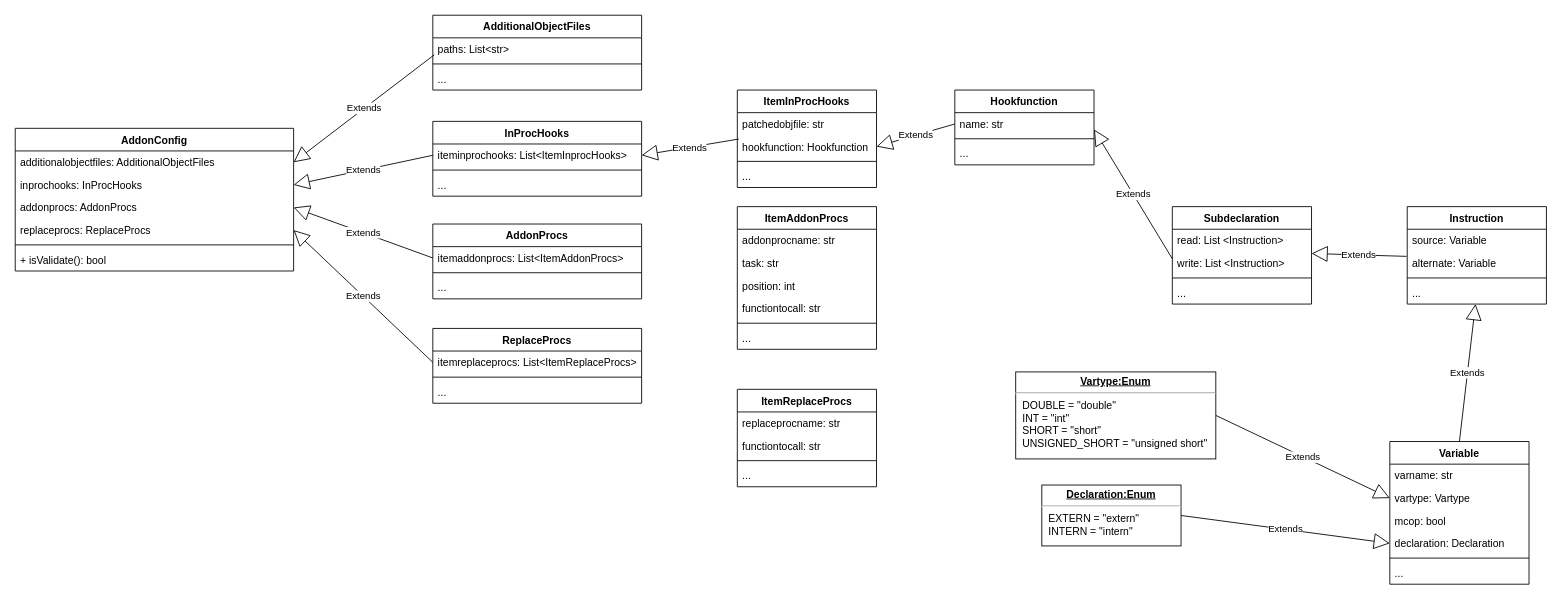
Above: Untitled Diagram.drawio in huytran19/HuyTran119 (draw.io), before the change. Source tidied: cells renumbered, new cells numbered last; positions are measured from the earlier drawing's top-left corner, leaving out a move shared by most shapes. Both pictures are drawn from the tidied source at 87%, with x=0, y=0 at pixel (15, 15).
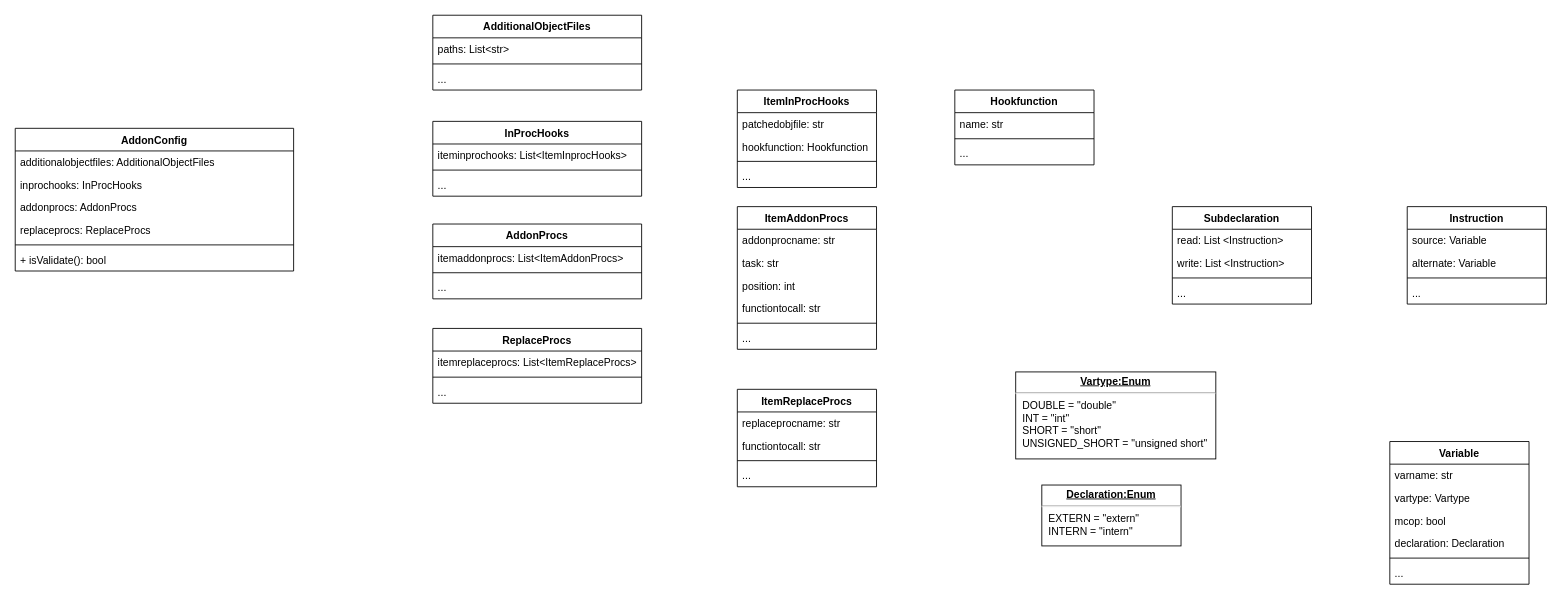
The same page after the edit.

Unchanged cells that the change refers to:
```xml
<mxCell id="3" value="additionalobjectfiles: AdditionalObjectFiles " style="text;strokeColor=none;fillColor=none;align=left;verticalAlign=top;spacingLeft=4;spacingRight=4;overflow=hidden;points=[[0,0.5],[1,0.5]];portConstraint=eastwest;" parent="2" vertex="1">
  <mxGeometry y="26" width="320" height="26" as="geometry" />
</mxCell>
<mxCell id="4" value="inprochooks: InProcHooks" style="text;strokeColor=none;fillColor=none;align=left;verticalAlign=top;spacingLeft=4;spacingRight=4;overflow=hidden;points=[[0,0.5],[1,0.5]];portConstraint=eastwest;" parent="2" vertex="1">
  <mxGeometry y="52" width="320" height="26" as="geometry" />
</mxCell>
<mxCell id="5" value="addonprocs: AddonProcs" style="text;strokeColor=none;fillColor=none;align=left;verticalAlign=top;spacingLeft=4;spacingRight=4;overflow=hidden;points=[[0,0.5],[1,0.5]];portConstraint=eastwest;" parent="2" vertex="1">
  <mxGeometry y="78" width="320" height="26" as="geometry" />
</mxCell>
<mxCell id="6" value="replaceprocs: ReplaceProcs" style="text;strokeColor=none;fillColor=none;align=left;verticalAlign=top;spacingLeft=4;spacingRight=4;overflow=hidden;points=[[0,0.5],[1,0.5]];portConstraint=eastwest;" parent="2" vertex="1">
  <mxGeometry y="104" width="320" height="26" as="geometry" />
</mxCell>
<mxCell id="9" value="Variable" style="swimlane;fontStyle=1;align=center;verticalAlign=top;horizontal=1;startSize=26;" parent="1" vertex="1">
  <mxGeometry x="1580" y="490" width="160" height="164" as="geometry" />
</mxCell>
<mxCell id="11" value="vartype: Vartype" style="text;strokeColor=none;fillColor=none;align=left;verticalAlign=top;spacingLeft=4;spacingRight=4;overflow=hidden;points=[[0,0.5],[1,0.5]];portConstraint=eastwest;" parent="9" vertex="1">
  <mxGeometry y="52" width="160" height="26" as="geometry" />
</mxCell>
<mxCell id="13" value="declaration: Declaration" style="text;strokeColor=none;fillColor=none;align=left;verticalAlign=top;spacingLeft=4;spacingRight=4;overflow=hidden;points=[[0,0.5],[1,0.5]];portConstraint=eastwest;" parent="9" vertex="1">
  <mxGeometry y="104" width="160" height="26" as="geometry" />
</mxCell>
<mxCell id="18" value="alternate: Variable" style="text;strokeColor=none;fillColor=none;align=left;verticalAlign=top;spacingLeft=4;spacingRight=4;overflow=hidden;points=[[0,0.5],[1,0.5]];portConstraint=eastwest;" parent="16" vertex="1">
  <mxGeometry y="52" width="160" height="26" as="geometry" />
</mxCell>
<mxCell id="20" value="..." style="text;strokeColor=none;fillColor=none;align=left;verticalAlign=top;spacingLeft=4;spacingRight=4;overflow=hidden;points=[[0,0.5],[1,0.5]];portConstraint=eastwest;" parent="16" vertex="1">
  <mxGeometry y="86" width="160" height="26" as="geometry" />
</mxCell>
<mxCell id="22" value="read: List &lt;Instruction&gt;" style="text;strokeColor=none;fillColor=none;align=left;verticalAlign=top;spacingLeft=4;spacingRight=4;overflow=hidden;points=[[0,0.5],[1,0.5]];portConstraint=eastwest;" parent="21" vertex="1">
  <mxGeometry y="26" width="160" height="26" as="geometry" />
</mxCell>
<mxCell id="27" value="name: str" style="text;strokeColor=none;fillColor=none;align=left;verticalAlign=top;spacingLeft=4;spacingRight=4;overflow=hidden;points=[[0,0.5],[1,0.5]];portConstraint=eastwest;" parent="26" vertex="1">
  <mxGeometry y="26" width="160" height="26" as="geometry" />
</mxCell>
<mxCell id="32" value="hookfunction: Hookfunction" style="text;strokeColor=none;fillColor=none;align=left;verticalAlign=top;spacingLeft=4;spacingRight=4;overflow=hidden;points=[[0,0.5],[1,0.5]];portConstraint=eastwest;" parent="30" vertex="1">
  <mxGeometry y="52" width="160" height="26" as="geometry" />
</mxCell>
<mxCell id="36" value="iteminprochooks: List&lt;ItemInprocHooks&gt;" style="text;strokeColor=none;fillColor=none;align=left;verticalAlign=top;spacingLeft=4;spacingRight=4;overflow=hidden;points=[[0,0.5],[1,0.5]];portConstraint=eastwest;" parent="35" vertex="1">
  <mxGeometry y="26" width="240" height="26" as="geometry" />
</mxCell>
<mxCell id="40" value="paths: List&lt;str&gt;" style="text;strokeColor=none;fillColor=none;align=left;verticalAlign=top;spacingLeft=4;spacingRight=4;overflow=hidden;points=[[0,0.5],[1,0.5]];portConstraint=eastwest;" parent="39" vertex="1">
  <mxGeometry y="26" width="240" height="26" as="geometry" />
</mxCell>
<mxCell id="44" value="itemaddonprocs: List&lt;ItemAddonProcs&gt;" style="text;strokeColor=none;fillColor=none;align=left;verticalAlign=top;spacingLeft=4;spacingRight=4;overflow=hidden;points=[[0,0.5],[1,0.5]];portConstraint=eastwest;" parent="43" vertex="1">
  <mxGeometry y="26" width="240" height="26" as="geometry" />
</mxCell>
<mxCell id="55" value="itemreplaceprocs: List&lt;ItemReplaceProcs&gt;" style="text;strokeColor=none;fillColor=none;align=left;verticalAlign=top;spacingLeft=4;spacingRight=4;overflow=hidden;points=[[0,0.5],[1,0.5]];portConstraint=eastwest;" parent="54" vertex="1">
  <mxGeometry y="26" width="240" height="26" as="geometry" />
</mxCell>
<mxCell id="72" value="&lt;p style=&quot;margin: 0px ; margin-top: 4px ; text-align: center ; text-decoration: underline&quot;&gt;&lt;b&gt;Declaration:Enum&lt;/b&gt;&lt;/p&gt;&lt;hr&gt;&lt;p style=&quot;margin: 0px ; margin-left: 8px&quot;&gt;EXTERN = &quot;extern&quot;&lt;/p&gt;&lt;p style=&quot;margin: 0px ; margin-left: 8px&quot;&gt;INTERN = &quot;intern&quot;&lt;/p&gt;" style="verticalAlign=top;align=left;overflow=fill;fontSize=12;fontFamily=Helvetica;html=1;" parent="1" vertex="1">
  <mxGeometry x="1180" y="540" width="160" height="70" as="geometry" />
</mxCell>
<mxCell id="73" value="&lt;p style=&quot;margin: 0px ; margin-top: 4px ; text-align: center ; text-decoration: underline&quot;&gt;&lt;b&gt;Vartype:Enum&lt;/b&gt;&lt;/p&gt;&lt;hr&gt;&lt;p style=&quot;margin: 0px ; margin-left: 8px&quot;&gt;DOUBLE = &quot;double&quot;&lt;/p&gt;&lt;p style=&quot;margin: 0px ; margin-left: 8px&quot;&gt;INT = &quot;int&quot;&lt;/p&gt;&lt;p style=&quot;margin: 0px ; margin-left: 8px&quot;&gt;SHORT = &quot;short&quot;&lt;/p&gt;&lt;p style=&quot;margin: 0px ; margin-left: 8px&quot;&gt;UNSIGNED_SHORT = &quot;unsigned short&quot;&lt;/p&gt;" style="verticalAlign=top;align=left;overflow=fill;fontSize=12;fontFamily=Helvetica;html=1;" parent="1" vertex="1">
  <mxGeometry x="1150" y="410" width="230" height="100" as="geometry" />
</mxCell>
```

The edit, as a diff of the source:
```diff
@@
-    <mxCell id="63" value="Extends" style="endArrow=block;endSize=16;endFill=0;html=1;entryX=1;entryY=0.5;entryDx=0;entryDy=0;exitX=0.007;exitY=0.75;exitDx=0;exitDy=0;exitPerimeter=0;" parent="1" edge="1" source="40" target="3">
-      <mxGeometry relative="1" as="geometry" />
-    </mxCell>
-    <mxCell id="64" value="Extends" style="endArrow=block;endSize=16;endFill=0;html=1;entryX=1;entryY=0.5;entryDx=0;entryDy=0;exitX=0;exitY=0.5;exitDx=0;exitDy=0;" parent="1" edge="1" source="36" target="4">
-      <mxGeometry relative="1" as="geometry" />
-    </mxCell>
-    <mxCell id="65" value="Extends" style="endArrow=block;endSize=16;endFill=0;html=1;entryX=1;entryY=0.5;entryDx=0;entryDy=0;exitX=0;exitY=0.5;exitDx=0;exitDy=0;" parent="1" edge="1" source="44" target="5">
-      <mxGeometry relative="1" as="geometry" />
-    </mxCell>
-    <mxCell id="66" value="Extends" style="endArrow=block;endSize=16;endFill=0;html=1;entryX=1;entryY=0.5;entryDx=0;entryDy=0;exitX=0;exitY=0.5;exitDx=0;exitDy=0;" parent="1" edge="1" source="55" target="6">
-      <mxGeometry relative="1" as="geometry" />
-    </mxCell>
-    <mxCell id="67" value="Extends" style="endArrow=block;endSize=16;endFill=0;html=1;entryX=1;entryY=0.5;entryDx=0;entryDy=0;exitX=0.01;exitY=0.167;exitDx=0;exitDy=0;exitPerimeter=0;" parent="1" edge="1" source="32" target="36">
-      <mxGeometry relative="1" as="geometry" />
-    </mxCell>
-    <mxCell id="68" value="Extends" style="endArrow=block;endSize=16;endFill=0;html=1;entryX=1;entryY=0.5;entryDx=0;entryDy=0;exitX=0;exitY=0.5;exitDx=0;exitDy=0;" parent="1" edge="1" source="27" target="32">
-      <mxGeometry relative="1" as="geometry" />
-    </mxCell>
-    <mxCell id="69" value="Extends" style="endArrow=block;endSize=16;endFill=0;html=1;entryX=1;entryY=0.744;entryDx=0;entryDy=0;entryPerimeter=0;" parent="1" edge="1" target="27">
-      <mxGeometry relative="1" as="geometry">
-        <mxPoint x="1330" y="280" as="sourcePoint" />
-      </mxGeometry>
-    </mxCell>
-    <mxCell id="70" value="Extends" style="endArrow=block;endSize=16;endFill=0;html=1;entryX=1;entryY=1.071;entryDx=0;entryDy=0;entryPerimeter=0;exitX=-0.005;exitY=0.199;exitDx=0;exitDy=0;exitPerimeter=0;" parent="1" edge="1" source="18" target="22">
-      <mxGeometry relative="1" as="geometry" />
-    </mxCell>
-    <mxCell id="71" value="Extends" style="endArrow=block;endSize=16;endFill=0;html=1;exitX=0.5;exitY=0;exitDx=0;exitDy=0;" parent="1" edge="1" source="9" target="20">
-      <mxGeometry relative="1" as="geometry" />
-    </mxCell>
@@
-    <mxCell id="74" value="Extends" style="endArrow=block;endSize=16;endFill=0;html=1;exitX=1;exitY=0.5;exitDx=0;exitDy=0;entryX=0;entryY=0.5;entryDx=0;entryDy=0;" parent="1" edge="1" source="72" target="13">
-      <mxGeometry relative="1" as="geometry" />
-    </mxCell>
-    <mxCell id="75" value="Extends" style="endArrow=block;endSize=16;endFill=0;html=1;exitX=1;exitY=0.5;exitDx=0;exitDy=0;entryX=0;entryY=0.5;entryDx=0;entryDy=0;" parent="1" edge="1" source="73" target="11">
-      <mxGeometry relative="1" as="geometry" />
-    </mxCell>
```
